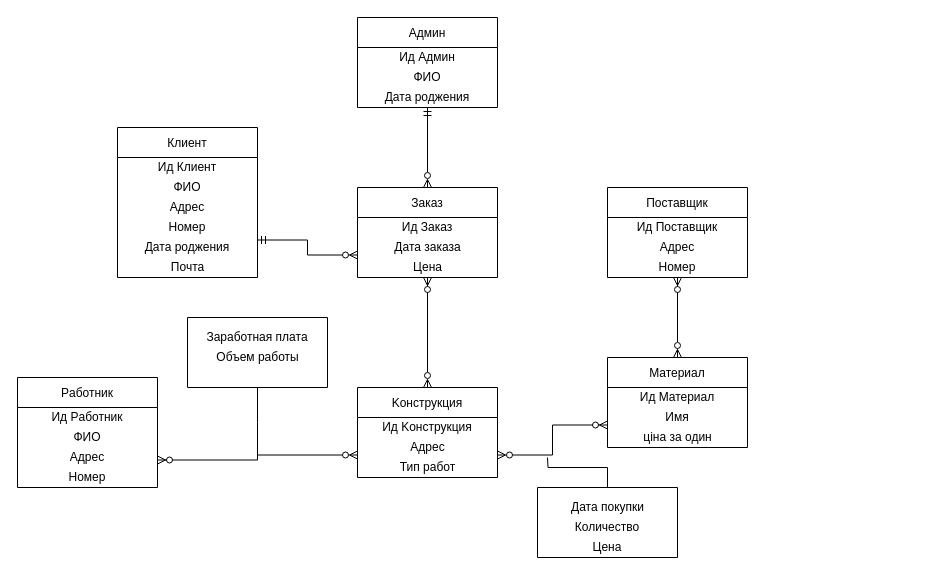
Tokiboyo/Tokiboyo keeps this draw.io diagram as Database table.drawio. Above is the earlier version. Source tidied: cells renumbered, new cells numbered last; positions are measured from the earlier drawing's top-left corner, leaving out a move shared by most shapes. Both pictures are drawn from the tidied source at 100%, with x=0, y=0 at pixel (17, 17).
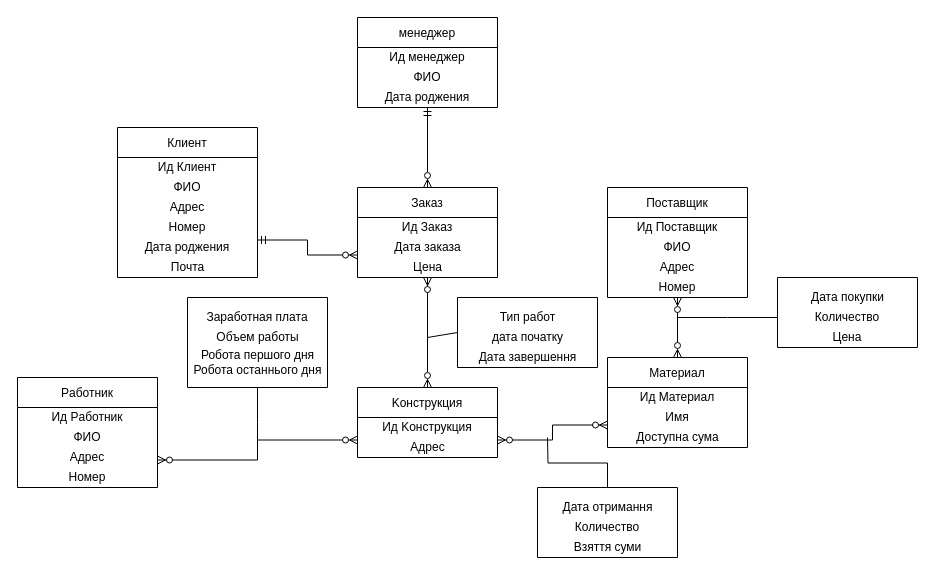
The same page after the edit.

Unchanged cells that the change refers to:
```xml
<mxCell id="25" value="Mатериал" style="swimlane;fontStyle=0;horizontal=1;startSize=30;" parent="1" vertex="1">
  <mxGeometry x="590" y="340" width="140" height="90" as="geometry" />
</mxCell>
<mxCell id="45" style="swimlane;startSize=0;" parent="1" vertex="1">
  <mxGeometry x="520" y="470" width="140" height="70" as="geometry" />
</mxCell>
```

What changed in the source:
```diff
@@
-    <mxCell id="8" value="Админ" style="swimlane;fontStyle=0;horizontal=1;startSize=30;" parent="1" vertex="1">
+    <mxCell id="8" value="менеджер" style="swimlane;fontStyle=0;horizontal=1;startSize=30;" parent="1" vertex="1">
       <mxGeometry x="340" width="140" height="90" as="geometry" />
     </mxCell>
-    <mxCell id="9" value="Ид Админ" style="text;html=1;strokeColor=none;fillColor=none;align=center;verticalAlign=middle;whiteSpace=wrap;rounded=0;" parent="8" vertex="1">
+    <mxCell id="9" value="Ид менеджер" style="text;html=1;strokeColor=none;fillColor=none;align=center;verticalAlign=middle;whiteSpace=wrap;rounded=0;" parent="8" vertex="1">
       <mxGeometry y="30" width="140" height="20" as="geometry" />
     </mxCell>
@@
     <mxCell id="20" value="Kонструкция" style="swimlane;fontStyle=0;horizontal=1;startSize=30;" parent="1" vertex="1">
-      <mxGeometry x="340" y="370" width="140" height="90" as="geometry" />
+      <mxGeometry x="340" y="370" width="140" height="70" as="geometry" />
     </mxCell>
@@
-    <mxCell id="23" value="Тип работ" style="text;html=1;align=center;verticalAlign=middle;strokeColor=none;fillColor=none;" parent="20" vertex="1">
-      <mxGeometry y="70" width="140" height="20" as="geometry" />
-    </mxCell>
@@
-    <mxCell id="28" value="ціна за один" style="text;html=1;align=center;verticalAlign=middle;strokeColor=none;fillColor=none;" parent="25" vertex="1">
+    <mxCell id="28" value="Доступна сума" style="text;html=1;align=center;verticalAlign=middle;strokeColor=none;fillColor=none;" parent="25" vertex="1">
       <mxGeometry y="70" width="140" height="20" as="geometry" />
     </mxCell>
@@
     <mxCell id="30" value="Поставщик" style="swimlane;fontStyle=0;horizontal=1;startSize=30;" parent="1" vertex="1">
-      <mxGeometry x="590" y="170" width="140" height="90" as="geometry" />
+      <mxGeometry x="590" y="170" width="140" height="110" as="geometry" />
     </mxCell>
@@
+    <mxCell id="49" value="ФИО" style="text;html=1;strokeColor=none;fillColor=none;align=center;verticalAlign=middle;whiteSpace=wrap;rounded=0;" parent="30" vertex="1">
+      <mxGeometry y="50" width="140" height="20" as="geometry" />
+    </mxCell>
     <mxCell id="32" value="Адрес" style="text;html=1;strokeColor=none;fillColor=none;align=center;verticalAlign=middle;whiteSpace=wrap;rounded=0;" parent="30" vertex="1">
-      <mxGeometry y="50" width="140" height="20" as="geometry" />
+      <mxGeometry y="70" width="140" height="20" as="geometry" />
     </mxCell>
     <mxCell id="33" value="Номер" style="text;html=1;strokeColor=none;fillColor=none;align=center;verticalAlign=middle;whiteSpace=wrap;rounded=0;" parent="30" vertex="1">
-      <mxGeometry y="70" width="140" height="20" as="geometry" />
+      <mxGeometry y="90" width="140" height="20" as="geometry" />
     </mxCell>
@@
     <mxCell id="41" style="swimlane;startSize=0;" parent="1" vertex="1">
-      <mxGeometry x="170" y="300" width="140" height="70" as="geometry" />
+      <mxGeometry x="170" y="280" width="140" height="90" as="geometry" />
     </mxCell>
@@
+    <mxCell id="50" value="&lt;div&gt;Робота першого дня&lt;/div&gt;&lt;div&gt;Робота останнього дня&lt;/div&gt;" style="text;html=1;align=center;verticalAlign=middle;strokeColor=none;fillColor=none;" parent="41" vertex="1">
+      <mxGeometry y="50" width="140" height="30" as="geometry" />
+    </mxCell>
     <mxCell id="44" style="edgeStyle=orthogonalEdgeStyle;rounded=0;jettySize=auto;html=1;exitX=0.5;exitY=0;exitDx=0;exitDy=0;endArrow=none;endFill=0;" parent="1" edge="1" source="45">
       <mxGeometry relative="1" as="geometry">
-        <mxPoint x="530" y="440" as="targetPoint" />
+        <mxPoint x="530" y="420" as="targetPoint" />
       </mxGeometry>
     </mxCell>
@@
-    <mxCell id="46" value="Дата покупки" style="text;html=1;align=center;verticalAlign=middle;strokeColor=none;fillColor=none;" parent="45" vertex="1">
-      <mxGeometry y="10" width="140" height="20" as="geometry" />
+    <mxCell id="46" value="Дата отримання" style="text;html=1;align=center;verticalAlign=middle;strokeColor=none;fillColor=none;" parent="45" vertex="1">
+      <mxGeometry x="15" y="10" width="110" height="20" as="geometry" />
     </mxCell>
@@
+    <mxCell id="51" value="Взяття суми" style="text;html=1;align=center;verticalAlign=middle;strokeColor=none;fillColor=none;" parent="45" vertex="1">
+      <mxGeometry x="30" y="50" width="80" height="20" as="geometry" />
+    </mxCell>
+    <mxCell id="52" style="swimlane;startSize=0;" parent="1" vertex="1">
+      <mxGeometry x="760" y="260" width="140" height="70" as="geometry" />
+    </mxCell>
+    <mxCell id="53" value="Дата покупки" style="text;html=1;align=center;verticalAlign=middle;strokeColor=none;fillColor=none;" parent="52" vertex="1">
+      <mxGeometry y="10" width="140" height="20" as="geometry" />
+    </mxCell>
+    <mxCell id="54" value="Количество" style="text;html=1;strokeColor=none;fillColor=none;align=center;verticalAlign=middle;whiteSpace=wrap;rounded=0;" parent="52" vertex="1">
+      <mxGeometry y="30" width="140" height="20" as="geometry" />
+    </mxCell>
-    <mxCell id="48" value="Цена" style="text;html=1;strokeColor=none;fillColor=none;align=center;verticalAlign=middle;whiteSpace=wrap;rounded=0;" parent="45" vertex="1">
+    <mxCell id="48" value="Цена" style="text;html=1;strokeColor=none;fillColor=none;align=center;verticalAlign=middle;whiteSpace=wrap;rounded=0;" parent="52" vertex="1">
       <mxGeometry y="50" width="140" height="20" as="geometry" />
     </mxCell>
+    <mxCell id="55" style="endArrow=none;html=1;rounded=0;entryX=0;entryY=0.5;entryDx=0;entryDy=0;" parent="1" edge="1" target="54">
+      <mxGeometry relative="1" as="geometry">
+        <mxPoint x="660" y="300" as="sourcePoint" />
+        <Array as="points">
+          <mxPoint x="710" y="300" />
+        </Array>
+      </mxGeometry>
+    </mxCell>
+    <mxCell id="56" style="swimlane;startSize=0;" parent="1" vertex="1">
+      <mxGeometry x="440" y="280" width="140" height="70" as="geometry" />
+    </mxCell>
+    <mxCell id="57" value="дата початку" style="text;html=1;align=center;verticalAlign=middle;strokeColor=none;fillColor=none;" parent="56" vertex="1">
+      <mxGeometry x="25" y="30" width="90" height="20" as="geometry" />
+    </mxCell>
+    <mxCell id="23" value="Тип работ" style="text;html=1;align=center;verticalAlign=middle;strokeColor=none;fillColor=none;" parent="56" vertex="1">
+      <mxGeometry y="10" width="140" height="20" as="geometry" />
+    </mxCell>
+    <mxCell id="58" value="Дата завершення" style="text;html=1;align=center;verticalAlign=middle;strokeColor=none;fillColor=none;" parent="56" vertex="1">
+      <mxGeometry x="15" y="50" width="110" height="20" as="geometry" />
+    </mxCell>
+    <mxCell id="59" style="endArrow=none;html=1;rounded=0;entryX=0;entryY=0.5;entryDx=0;entryDy=0;" parent="1" edge="1" target="56">
+      <mxGeometry relative="1" as="geometry">
+        <mxPoint x="410" y="320" as="sourcePoint" />
+      </mxGeometry>
+    </mxCell>
```
